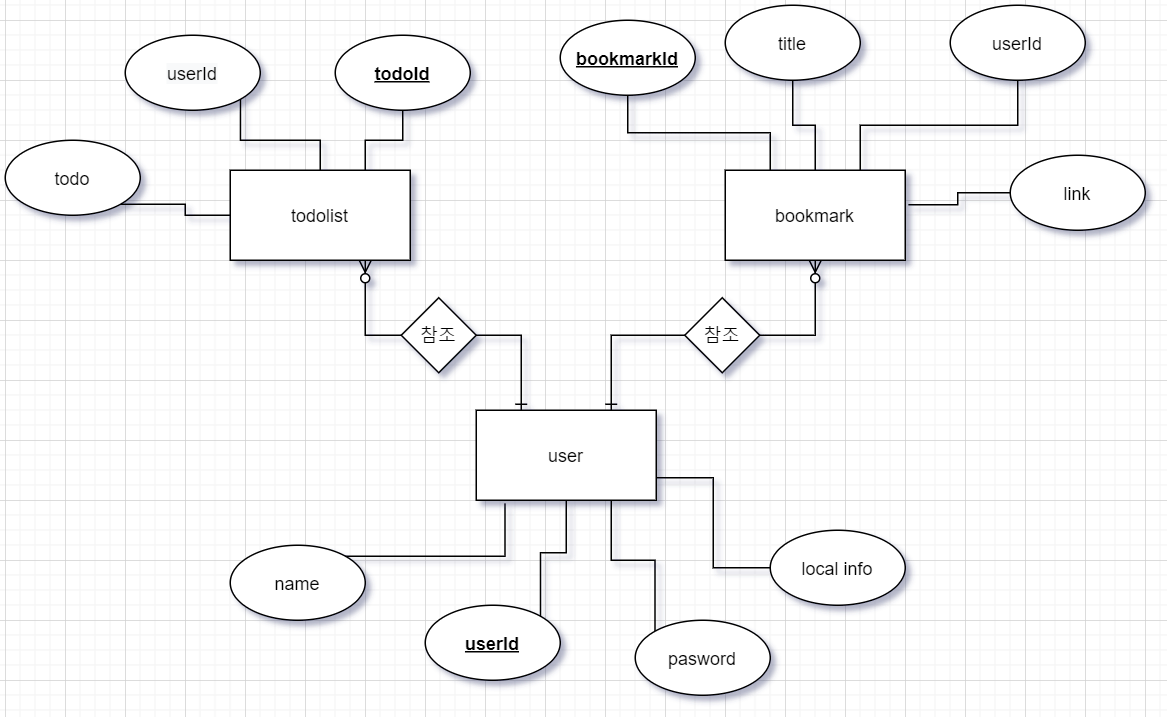
HyoTaek-Jang/Our-To-Do keeps this draw.io diagram as ERD/ourtodoERD.png. Above is the earlier version. Source tidied: cells renumbered, new cells last; positions are measured from the earlier drawing's top-left corner, leaving out a move shared by most shapes.
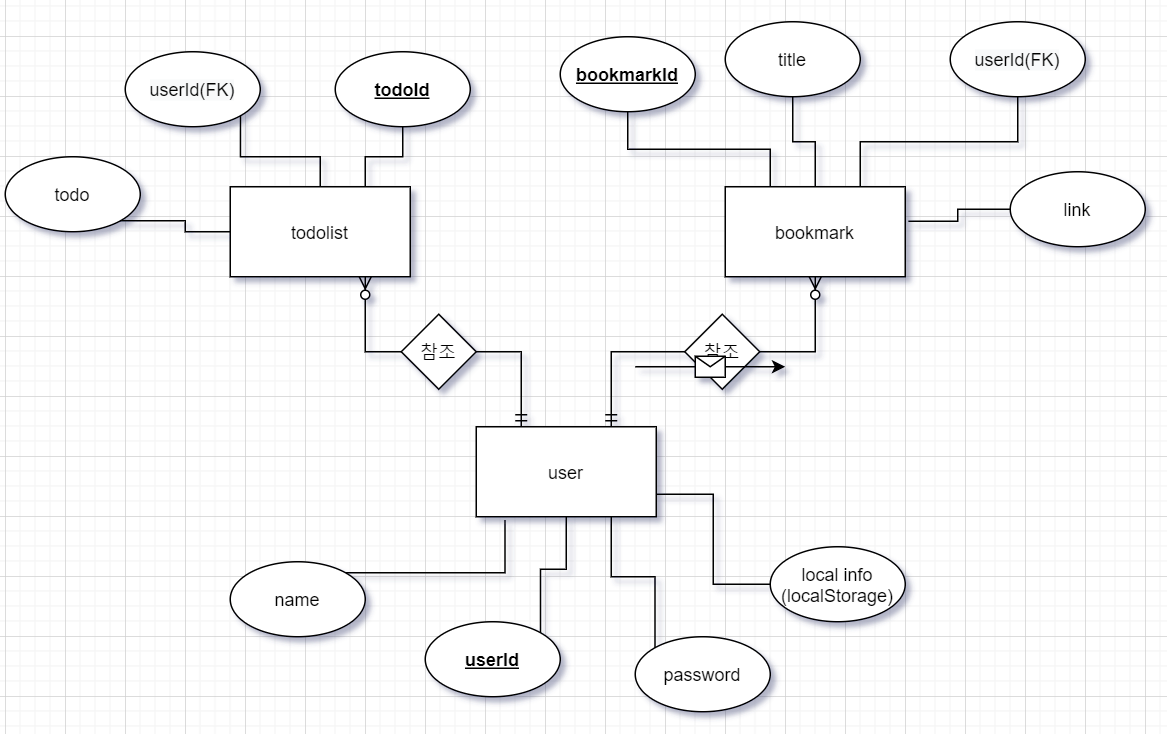
The same file after the commit.

What changed in the source:
```diff
@@ -2,10 +2,10 @@
   <root>
     <mxCell id="0" />
     <mxCell id="1" parent="0" />
-    <mxCell id="2" style="edgeStyle=orthogonalEdgeStyle;rounded=0;jettySize=auto;html=1;exitX=0.25;exitY=0;exitDx=0;exitDy=0;entryX=0.75;entryY=1;entryDx=0;entryDy=0;endArrow=ERzeroToMany;endFill=1;startArrow=ERone;startFill=0;" parent="1" edge="1" source="4" target="5">
+    <mxCell id="2" style="edgeStyle=orthogonalEdgeStyle;rounded=0;jettySize=auto;html=1;exitX=0.25;exitY=0;exitDx=0;exitDy=0;entryX=0.75;entryY=1;entryDx=0;entryDy=0;endArrow=ERzeroToMany;endFill=1;startArrow=ERmandOne;startFill=0;" parent="1" edge="1" source="4" target="5">
       <mxGeometry relative="1" as="geometry" />
     </mxCell>
-    <mxCell id="3" style="edgeStyle=orthogonalEdgeStyle;rounded=0;jettySize=auto;html=1;exitX=0.75;exitY=0;exitDx=0;exitDy=0;entryX=0.5;entryY=1;entryDx=0;entryDy=0;endArrow=ERzeroToMany;endFill=1;startArrow=ERone;startFill=0;" parent="1" edge="1" source="4" target="6">
+    <mxCell id="3" style="edgeStyle=orthogonalEdgeStyle;rounded=0;jettySize=auto;html=1;exitX=0.75;exitY=0;exitDx=0;exitDy=0;entryX=0.5;entryY=1;entryDx=0;entryDy=0;endArrow=ERzeroToMany;endFill=1;startArrow=ERmandOne;startFill=0;" parent="1" edge="1" source="4" target="6">
       <mxGeometry relative="1" as="geometry" />
     </mxCell>
     <mxCell id="4" value="user" style="rounded=0;whiteSpace=wrap;html=1;" parent="1" vertex="1">
@@ -26,7 +26,7 @@
     <mxCell id="9" style="edgeStyle=orthogonalEdgeStyle;rounded=0;jettySize=auto;html=1;exitX=0;exitY=0;exitDx=0;exitDy=0;entryX=0.75;entryY=1;entryDx=0;entryDy=0;endArrow=none;endFill=0;" parent="1" edge="1" source="10" target="4">
       <mxGeometry relative="1" as="geometry" />
     </mxCell>
-    <mxCell id="10" value="pasword" style="ellipse;whiteSpace=wrap;html=1;" parent="1" vertex="1">
+    <mxCell id="10" value="password" style="ellipse;whiteSpace=wrap;html=1;" parent="1" vertex="1">
       <mxGeometry x="420" y="410" width="90" height="50" as="geometry" />
     </mxCell>
     <mxCell id="11" style="edgeStyle=orthogonalEdgeStyle;rounded=0;jettySize=auto;html=1;exitX=1;exitY=0;exitDx=0;exitDy=0;entryX=0.16;entryY=1.037;entryDx=0;entryDy=0;entryPerimeter=0;endArrow=none;endFill=0;" parent="1" edge="1" source="12" target="4">
@@ -38,7 +38,7 @@
     <mxCell id="13" style="edgeStyle=orthogonalEdgeStyle;rounded=0;jettySize=auto;html=1;exitX=0;exitY=0.5;exitDx=0;exitDy=0;entryX=1;entryY=0.75;entryDx=0;entryDy=0;endArrow=none;endFill=0;" parent="1" edge="1" source="14" target="4">
       <mxGeometry relative="1" as="geometry" />
     </mxCell>
-    <mxCell id="14" value="local info" style="ellipse;whiteSpace=wrap;html=1;" parent="1" vertex="1">
+    <mxCell id="14" value="local info&lt;br&gt;(localStorage)" style="ellipse;whiteSpace=wrap;html=1;" parent="1" vertex="1">
       <mxGeometry x="510" y="350" width="90" height="50" as="geometry" />
     </mxCell>
     <mxCell id="15" style="edgeStyle=orthogonalEdgeStyle;rounded=0;jettySize=auto;html=1;exitX=1;exitY=1;exitDx=0;exitDy=0;entryX=0;entryY=0.5;entryDx=0;entryDy=0;endArrow=none;endFill=0;" parent="1" edge="1" source="16" target="5">
@@ -50,7 +50,7 @@
     <mxCell id="17" style="edgeStyle=orthogonalEdgeStyle;rounded=0;jettySize=auto;html=1;exitX=1;exitY=1;exitDx=0;exitDy=0;endArrow=none;endFill=0;" parent="1" edge="1" source="18" target="5">
       <mxGeometry relative="1" as="geometry" />
     </mxCell>
-    <mxCell id="18" value="&#10;&#10;&lt;span style=&quot;color: rgb(0, 0, 0); font-family: helvetica; font-size: 12px; font-style: normal; font-weight: 400; letter-spacing: normal; text-align: center; text-indent: 0px; text-transform: none; word-spacing: 0px; background-color: rgb(248, 249, 250); display: inline; float: none;&quot;&gt;userId&lt;/span&gt;&#10;&#10;" style="ellipse;whiteSpace=wrap;html=1;" parent="1" vertex="1">
+    <mxCell id="18" value="&lt;span style=&quot;color: rgb(0 , 0 , 0) ; font-family: &amp;#34;helvetica&amp;#34; ; font-size: 12px ; font-style: normal ; font-weight: 400 ; letter-spacing: normal ; text-align: center ; text-indent: 0px ; text-transform: none ; word-spacing: 0px ; background-color: rgb(248 , 249 , 250) ; display: inline ; float: none&quot;&gt;userId(FK)&lt;br&gt;&lt;/span&gt;" style="ellipse;whiteSpace=wrap;html=1;" parent="1" vertex="1">
       <mxGeometry x="80" y="20" width="90" height="50" as="geometry" />
     </mxCell>
     <mxCell id="19" style="edgeStyle=orthogonalEdgeStyle;rounded=0;jettySize=auto;html=1;exitX=0.5;exitY=1;exitDx=0;exitDy=0;endArrow=none;endFill=0;" parent="1" edge="1" source="20" target="6">
@@ -68,7 +68,7 @@
     <mxCell id="23" style="edgeStyle=orthogonalEdgeStyle;rounded=0;jettySize=auto;html=1;exitX=0.5;exitY=1;exitDx=0;exitDy=0;entryX=0.75;entryY=0;entryDx=0;entryDy=0;endArrow=none;endFill=0;" parent="1" edge="1" source="24" target="6">
       <mxGeometry relative="1" as="geometry" />
     </mxCell>
-    <mxCell id="24" value="userId" style="ellipse;whiteSpace=wrap;html=1;" parent="1" vertex="1">
+    <mxCell id="24" value="&#10;&#10;&lt;span style=&quot;color: rgb(0, 0, 0); font-family: helvetica; font-size: 12px; font-style: normal; font-weight: 400; letter-spacing: normal; text-align: center; text-indent: 0px; text-transform: none; word-spacing: 0px; background-color: rgb(248, 249, 250); display: inline; float: none;&quot;&gt;userId(FK)&lt;/span&gt;&#10;&#10;" style="ellipse;whiteSpace=wrap;html=1;" parent="1" vertex="1">
       <mxGeometry x="630" width="90" height="50" as="geometry" />
     </mxCell>
     <mxCell id="25" value="참조" style="rhombus;whiteSpace=wrap;html=1;" parent="1" vertex="1">
@@ -89,5 +89,16 @@
     <mxCell id="30" value="&lt;u&gt;&lt;b&gt;bookmarkId&lt;/b&gt;&lt;/u&gt;" style="ellipse;whiteSpace=wrap;html=1;" parent="1" vertex="1">
       <mxGeometry x="370" y="10" width="90" height="50" as="geometry" />
     </mxCell>
+    <mxCell id="31" style="endArrow=classic;html=1;" parent="1" edge="1">
+      <mxGeometry relative="1" as="geometry">
+        <mxPoint x="420" y="230" as="sourcePoint" />
+        <mxPoint x="520" y="230" as="targetPoint" />
+      </mxGeometry>
+    </mxCell>
+    <mxCell id="32" style="shape=message;html=1;" parent="31" vertex="1">
+      <mxGeometry width="20" height="14" relative="1" as="geometry">
+        <mxPoint x="-10" y="-7" as="offset" />
+      </mxGeometry>
+    </mxCell>
   </root>
 </mxGraphModel>
```
